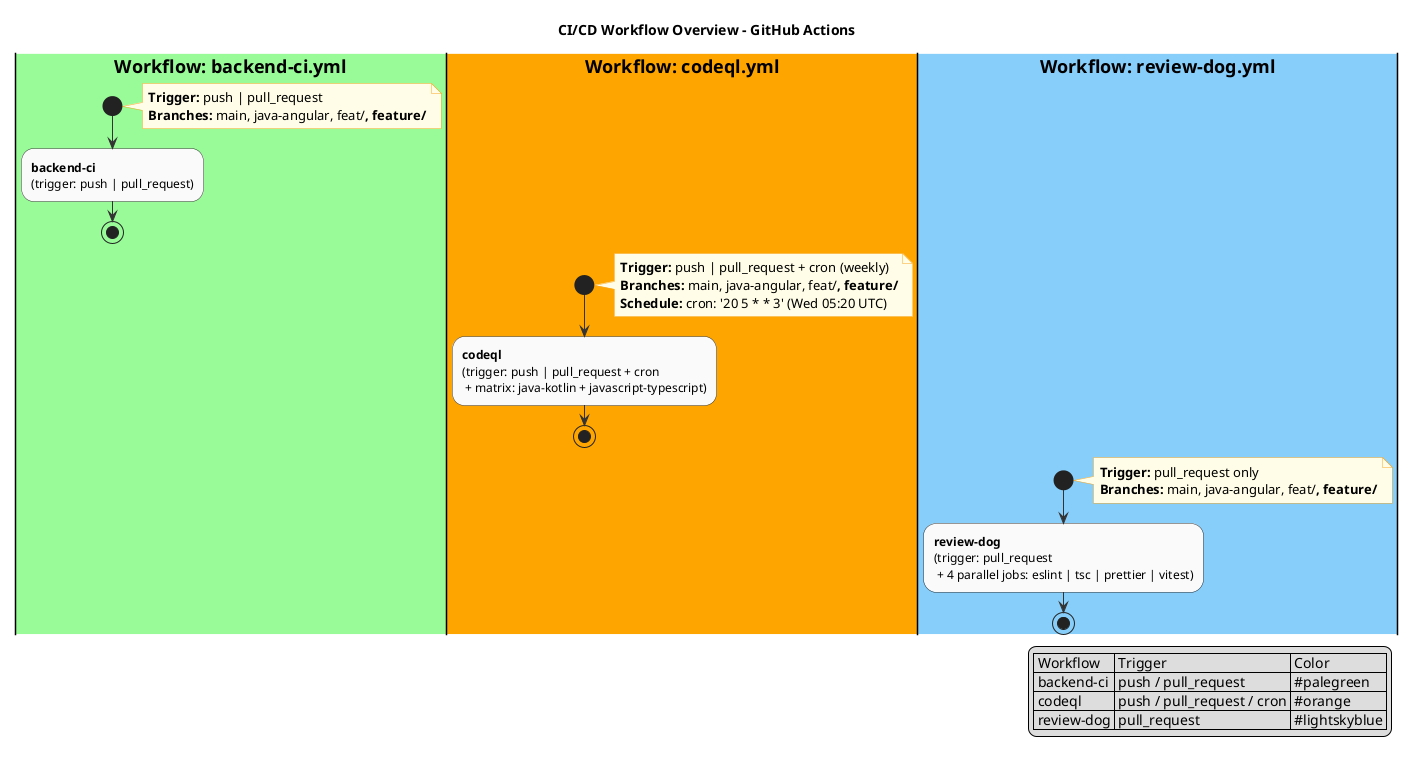
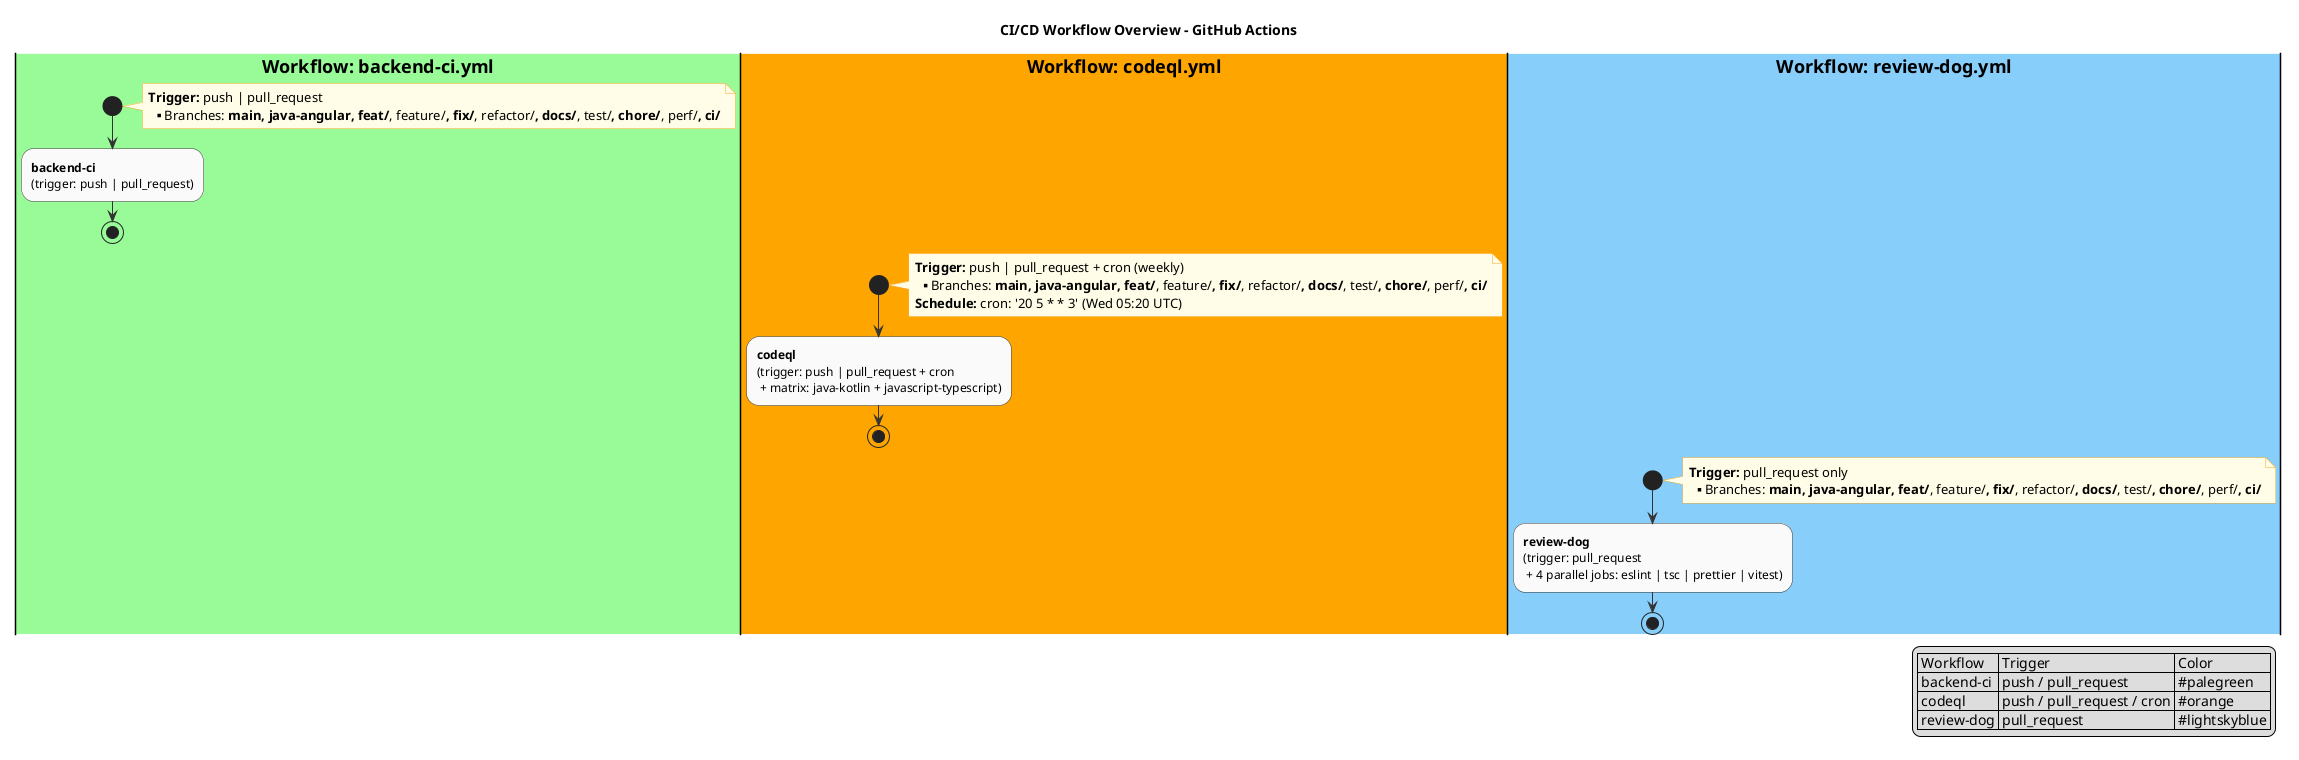
@startuml cicd-workflow
!pragma activityFlow
skinparam activityBackgroundColor #FAFAFA
skinparam activityBorderColor #333333
skinparam activityDiamondBackgroundColor #F0F0F0
skinparam activityDiamondBorderColor #333333
skinparam arrowColor #333333
skinparam noteBackgroundColor #FFFDE7
skinparam noteBorderColor #F9A825
skinparam packageStyle rectangle

title CI/CD Workflow Overview - GitHub Actions

|#palegreen|**Workflow: backend-ci.yml**|
start
note right
**Trigger:** push | pull_request
- **Branches:** main, java-angular, feat/**, feature/**
+ **Branches:** main, java-angular, feat/**, feature/**, fix/**, refactor/**, docs/**, test/**, chore/**, perf/**, ci/**
end note
:**backend-ci**
(trigger: push | pull_request);
stop

|#orange|**Workflow: codeql.yml**|
start
note right
**Trigger:** push | pull_request + cron (weekly)
- **Branches:** main, java-angular, feat/**, feature/**
+ **Branches:** main, java-angular, feat/**, feature/**, fix/**, refactor/**, docs/**, test/**, chore/**, perf/**, ci/**
**Schedule:** cron: '20 5 * * 3' (Wed 05:20 UTC)
end note
:**codeql**
(trigger: push | pull_request + cron
 + matrix: java-kotlin + javascript-typescript);
stop

|#lightskyblue|**Workflow: review-dog.yml**|
start
note right
**Trigger:** pull_request only
- **Branches:** main, java-angular, feat/**, feature/**
+ **Branches:** main, java-angular, feat/**, feature/**, fix/**, refactor/**, docs/**, test/**, chore/**, perf/**, ci/**
end note
:**review-dog**
(trigger: pull_request
 + 4 parallel jobs: eslint | tsc | prettier | vitest);
stop

legend right
| Workflow | Trigger | Color |
| backend-ci | push / pull_request | #palegreen |
| codeql | push / pull_request / cron | #orange |
| review-dog | pull_request | #lightskyblue |
endlegend
@enduml
